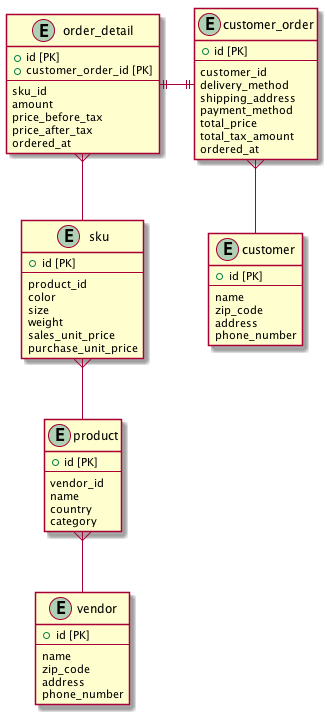
Above: example/example_gen.png in achiku/planter (PlantUML), before the change.
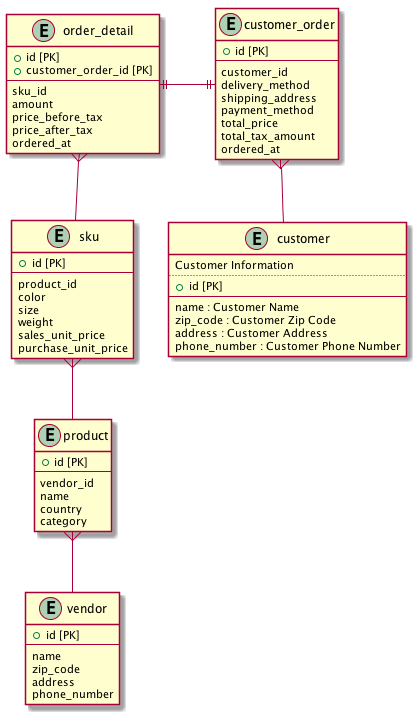
After the change.

The edit, as a diff of the source:
```diff
@@ -1,14 +1,16 @@
 @startuml
-entity customer {
+entity "customer" {
+  Customer Information
+  ..
   + id [PK]
   --
-  name
-  zip_code
-  address
-  phone_number
+  name : Customer Name
+  zip_code : Customer Zip Code
+  address : Customer Address
+  phone_number : Customer Phone Number
 }
 
-entity customer_order {
+entity "customer_order" {
   + id [PK]
   --
   customer_id
@@ -20,7 +22,7 @@
   ordered_at
 }
 
-entity order_detail {
+entity "order_detail" {
   + id [PK]
   + customer_order_id [PK]
   --
@@ -31,7 +33,7 @@
   ordered_at
 }
 
-entity product {
+entity "product" {
   + id [PK]
   --
   vendor_id
@@ -40,7 +42,7 @@
   category
 }
 
-entity sku {
+entity "sku" {
   + id [PK]
   --
   product_id
@@ -51,7 +53,7 @@
   purchase_unit_price
 }
 
-entity vendor {
+entity "vendor" {
   + id [PK]
   --
   name
@@ -62,9 +64,9 @@
 
  customer_order }-- customer
 
+ order_detail ||-|| customer_order
+
  order_detail }-- sku
-
- order_detail ||-|| customer_order
 
  product }-- vendor
 
```
